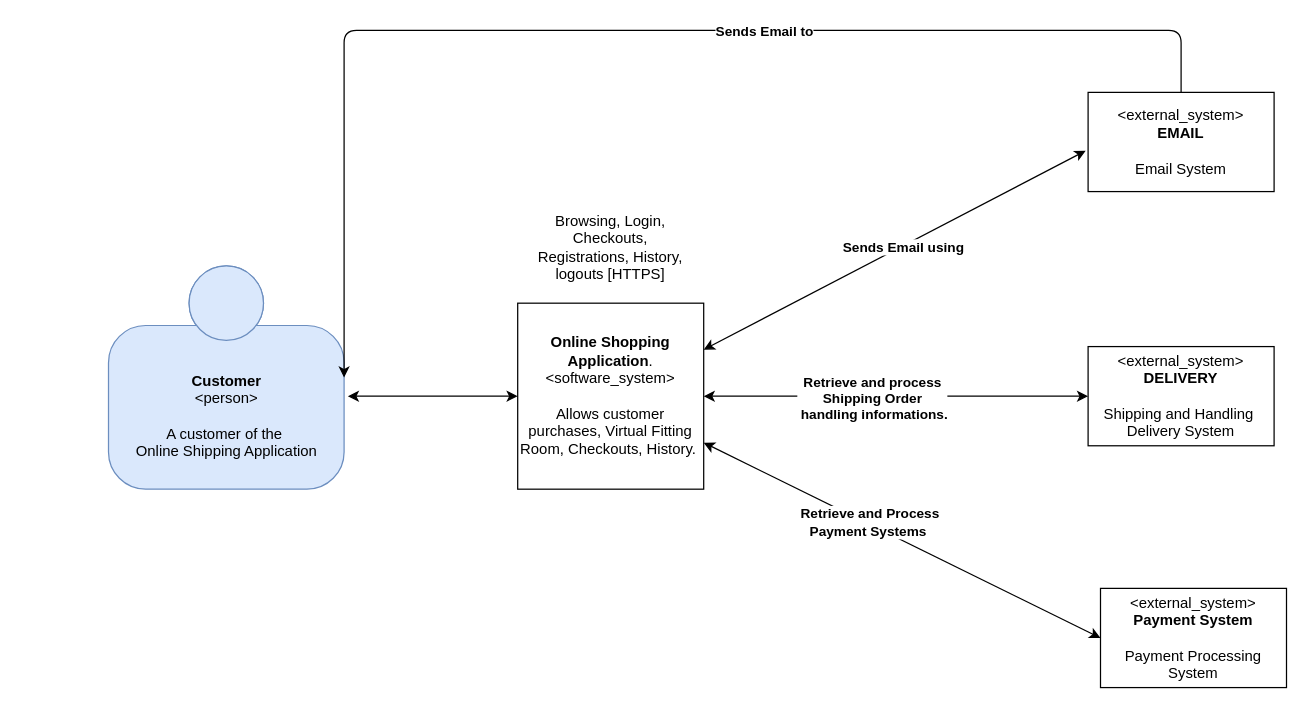
The draw.io diagram Untitled Diagram.drawio in singhraju/DS, before the edit. Source tidied: cells renumbered, new cells numbered last; positions are measured from the earlier drawing's top-left corner, leaving out a move shared by most shapes. Both pictures are drawn from the tidied source at 124%, with x=0, y=0 at pixel (108, 30).
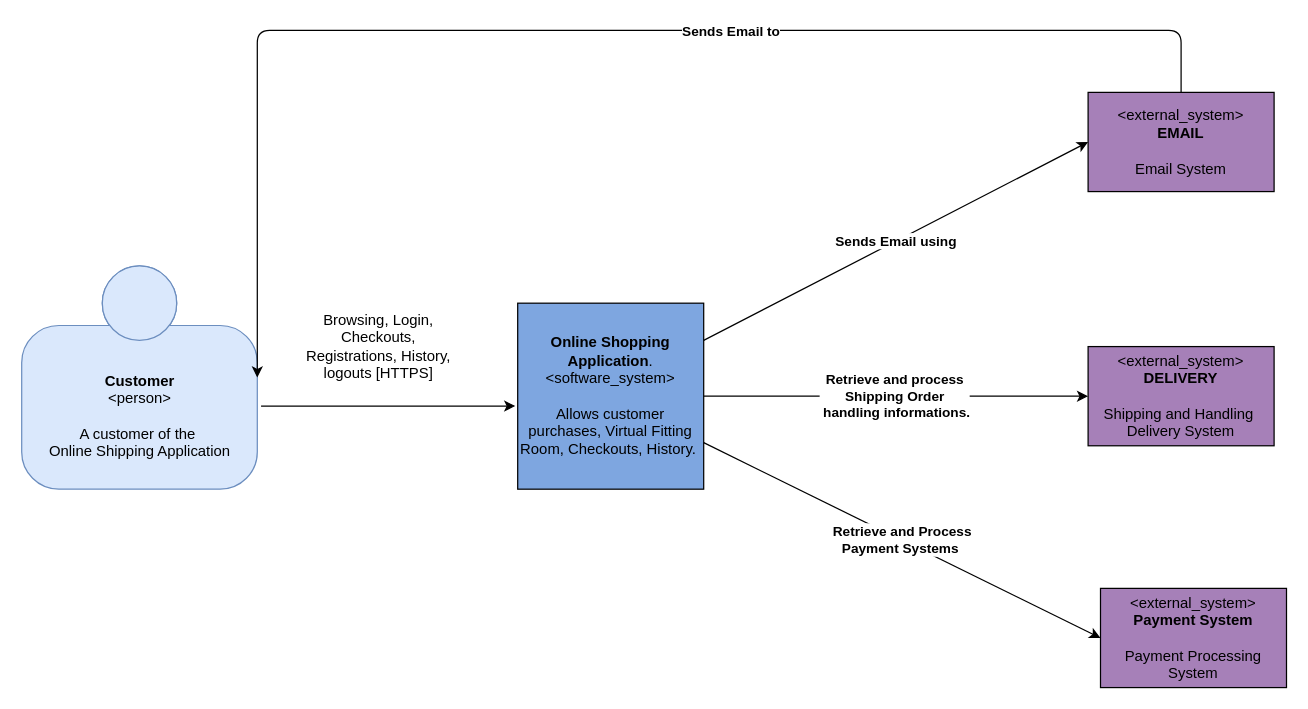
The same page after the edit.

The edit, as a diff of the source:
```diff
@@
 <mxGraphModel>
   <root>
     <mxCell id="0" />
     <mxCell id="1" parent="0" />
     <mxCell id="2" value="&lt;br&gt;&lt;b&gt;Customer&lt;/b&gt;&lt;div&gt;&amp;lt;person&amp;gt;&lt;/div&gt;&lt;br&gt;&lt;div&gt;A customer of the&amp;nbsp;&lt;/div&gt;&lt;div&gt;Online Shipping Application&lt;/div&gt;" style="html=1;dashed=0;whitespace=wrap;fillColor=#DAE8FC;strokeColor=#6C8EBF;shape=mxgraph.c4.person;align=center;points=[[0.5,0,0],[1,0.5,0],[1,0.75,0],[0.75,1,0],[0.5,1,0],[0.25,1,0],[0,0.75,0],[0,0.5,0]];" parent="1" vertex="1">
-      <mxGeometry y="190" width="190" height="180" as="geometry" />
+      <mxGeometry x="-70" y="190" width="190" height="180" as="geometry" />
     </mxCell>
-    <mxCell id="3" value="&lt;b&gt;Online Shopping Application&lt;/b&gt;.&lt;br&gt;&amp;lt;software_system&amp;gt;&lt;br&gt;&lt;br&gt;Allows customer purchases, Virtual Fitting Room, Checkouts, History.&amp;nbsp;" style="whiteSpace=wrap;html=1;" parent="1" vertex="1">
+    <mxCell id="3" value="&lt;b&gt;Online Shopping Application&lt;/b&gt;.&lt;br&gt;&amp;lt;software_system&amp;gt;&lt;br&gt;&lt;br&gt;Allows customer purchases, Virtual Fitting Room, Checkouts, History.&amp;nbsp;" style="whiteSpace=wrap;html=1;fillColor=#7EA6E0;" parent="1" vertex="1">
       <mxGeometry x="330" y="220" width="150" height="150" as="geometry" />
     </mxCell>
-    <mxCell id="4" value="&amp;lt;external_system&amp;gt;&lt;br&gt;&lt;b&gt;EMAIL&lt;/b&gt;&lt;br&gt;&lt;br&gt;Email System" style="rounded=0;whiteSpace=wrap;html=1;" parent="1" vertex="1">
+    <mxCell id="4" value="&amp;lt;external_system&amp;gt;&lt;br&gt;&lt;b&gt;EMAIL&lt;/b&gt;&lt;br&gt;&lt;br&gt;Email System" style="rounded=0;whiteSpace=wrap;html=1;fillColor=#A680B8;" parent="1" vertex="1">
       <mxGeometry x="790" y="50" width="150" height="80" as="geometry" />
     </mxCell>
-    <mxCell id="5" value="&amp;lt;external_system&amp;gt;&lt;br&gt;&lt;b&gt;DELIVERY&lt;/b&gt;&lt;br&gt;&lt;br&gt;Shipping and Handling&amp;nbsp;&lt;br&gt;Delivery System" style="rounded=0;whiteSpace=wrap;html=1;" parent="1" vertex="1">
+    <mxCell id="5" value="&amp;lt;external_system&amp;gt;&lt;br&gt;&lt;b&gt;DELIVERY&lt;/b&gt;&lt;br&gt;&lt;br&gt;Shipping and Handling&amp;nbsp;&lt;br&gt;Delivery System" style="rounded=0;whiteSpace=wrap;html=1;fillColor=#A680B8;" parent="1" vertex="1">
       <mxGeometry x="790" y="255" width="150" height="80" as="geometry" />
     </mxCell>
-    <mxCell id="6" value="&amp;lt;external_system&amp;gt;&lt;br&gt;&lt;b&gt;Payment System&lt;/b&gt;&lt;br&gt;&lt;br&gt;Payment Processing System" style="rounded=0;whiteSpace=wrap;html=1;" parent="1" vertex="1">
+    <mxCell id="6" value="&amp;lt;external_system&amp;gt;&lt;br&gt;&lt;b&gt;Payment System&lt;/b&gt;&lt;br&gt;&lt;br&gt;Payment Processing System" style="rounded=0;whiteSpace=wrap;html=1;fillColor=#A680B8;" parent="1" vertex="1">
       <mxGeometry x="800" y="450" width="150" height="80" as="geometry" />
     </mxCell>
-    <mxCell id="7" style="endArrow=classic;startArrow=classic;html=1;entryX=0;entryY=0.5;entryDx=0;entryDy=0;" parent="1" edge="1" target="3">
-      <mxGeometry relative="1" as="geometry">
-        <mxPoint x="193" y="295" as="sourcePoint" />
-      </mxGeometry>
-    </mxCell>
-    <mxCell id="8" style="endArrow=classic;startArrow=classic;html=1;entryX=-0.013;entryY=0.588;entryDx=0;entryDy=0;entryPerimeter=0;exitX=1;exitY=0.25;exitDx=0;exitDy=0;" parent="1" edge="1" source="3" target="4">
-      <mxGeometry relative="1" as="geometry" />
-    </mxCell>
+    <mxCell id="14" style="edgeStyle=elbowEdgeStyle;elbow=vertical;endArrow=classic;html=1;entryX=1;entryY=0.5;entryDx=0;entryDy=0;entryPerimeter=0;exitX=0.5;exitY=0;exitDx=0;exitDy=0;" parent="1" edge="1" source="4" target="2">
+      <mxGeometry relative="1" as="geometry">
+        <Array as="points">
+          <mxPoint x="380" />
+        </Array>
+      </mxGeometry>
+    </mxCell>
+    <mxCell id="15" value="&lt;b&gt;Sends Email to&lt;/b&gt;" style="edgeLabel;html=1;align=center;verticalAlign=middle;" parent="14" vertex="1">
+      <mxGeometry x="-0.23" relative="1" as="geometry" />
+    </mxCell>
+    <mxCell id="16" value="Browsing, Login, Checkouts, Registrations, History, logouts [HTTPS]" style="text;html=1;strokeColor=none;fillColor=none;align=center;verticalAlign=middle;whiteSpace=wrap;rounded=0;" parent="1" vertex="1">
+      <mxGeometry x="150" y="220" width="136" height="70" as="geometry" />
+    </mxCell>
+    <mxCell id="17" style="endArrow=classic;html=1;exitX=1.016;exitY=0.628;exitDx=0;exitDy=0;exitPerimeter=0;entryX=-0.013;entryY=0.553;entryDx=0;entryDy=0;entryPerimeter=0;" parent="1" edge="1" source="2" target="3">
+      <mxGeometry relative="1" as="geometry" />
+    </mxCell>
-    <mxCell id="9" value="&lt;b&gt;Sends Email using&lt;/b&gt;" style="edgeLabel;html=1;align=center;verticalAlign=middle;" parent="8" vertex="1">
-      <mxGeometry x="0.05" y="-1" relative="1" as="geometry">
-        <mxPoint x="-1" as="offset" />
+    <mxCell id="9" value="&lt;b&gt;Sends Email using&lt;/b&gt;" style="endArrow=classic;html=1;entryX=0;entryY=0.5;entryDx=0;entryDy=0;" parent="1" edge="1" target="4">
+      <mxGeometry relative="1" as="geometry">
+        <mxPoint x="480" y="250" as="sourcePoint" />
       </mxGeometry>
     </mxCell>
-    <mxCell id="10" style="endArrow=classic;startArrow=classic;html=1;exitX=1;exitY=0.5;exitDx=0;exitDy=0;entryX=0;entryY=0.5;entryDx=0;entryDy=0;" parent="1" edge="1" source="3" target="5">
+    <mxCell id="10" style="endArrow=classic;html=1;exitX=1;exitY=0.5;exitDx=0;exitDy=0;entryX=0;entryY=0.5;entryDx=0;entryDy=0;" parent="1" edge="1" source="3" target="5">
       <mxGeometry relative="1" as="geometry" />
     </mxCell>
     <mxCell id="11" value="&lt;b&gt;Retrieve and process&lt;br&gt;Shipping Order&lt;br&gt;&amp;nbsp;handling informations.&lt;/b&gt;" style="edgeLabel;html=1;align=center;verticalAlign=middle;" parent="10" vertex="1">
-      <mxGeometry x="-0.13" y="-1" relative="1" as="geometry" />
+      <mxGeometry x="-0.01" y="1" relative="1" as="geometry" />
     </mxCell>
-    <mxCell id="12" style="endArrow=classic;startArrow=classic;html=1;exitX=1;exitY=0.75;exitDx=0;exitDy=0;entryX=0;entryY=0.5;entryDx=0;entryDy=0;" parent="1" edge="1" source="3" target="6">
-      <mxGeometry relative="1" as="geometry" />
-    </mxCell>
-    <mxCell id="13" value="&lt;b&gt;Retrieve and Process&lt;br&gt;Payment Systems&amp;nbsp;&lt;/b&gt;" style="edgeLabel;html=1;align=center;verticalAlign=middle;" parent="12" vertex="1">
-      <mxGeometry x="-0.17" y="1" relative="1" as="geometry" />
+    <mxCell id="13" value="&lt;b&gt;Retrieve and Process&lt;br&gt;Payment Systems&amp;nbsp;&lt;/b&gt;" style="endArrow=classic;html=1;entryX=0;entryY=0.5;entryDx=0;entryDy=0;exitX=1;exitY=0.75;exitDx=0;exitDy=0;" parent="1" edge="1" source="3" target="6">
+      <mxGeometry relative="1" as="geometry" />
     </mxCell>
-    <mxCell id="14" style="edgeStyle=elbowEdgeStyle;elbow=vertical;endArrow=classic;html=1;entryX=1;entryY=0.5;entryDx=0;entryDy=0;entryPerimeter=0;exitX=0.5;exitY=0;exitDx=0;exitDy=0;" parent="1" edge="1" source="4" target="2">
-      <mxGeometry relative="1" as="geometry">
-        <Array as="points">
-          <mxPoint x="380" />
-        </Array>
-      </mxGeometry>
-    </mxCell>
-    <mxCell id="15" value="&lt;b&gt;Sends Email to&lt;/b&gt;" style="edgeLabel;html=1;align=center;verticalAlign=middle;" parent="14" vertex="1">
-      <mxGeometry x="-0.23" relative="1" as="geometry" />
-    </mxCell>
-    <mxCell id="16" value="Browsing, Login, Checkouts, Registrations, History, logouts [HTTPS]" style="text;html=1;strokeColor=none;fillColor=none;align=center;verticalAlign=middle;whiteSpace=wrap;rounded=0;" parent="1" vertex="1">
-      <mxGeometry x="337" y="140" width="136" height="70" as="geometry" />
-    </mxCell>
   </root>
 </mxGraphModel>
```
